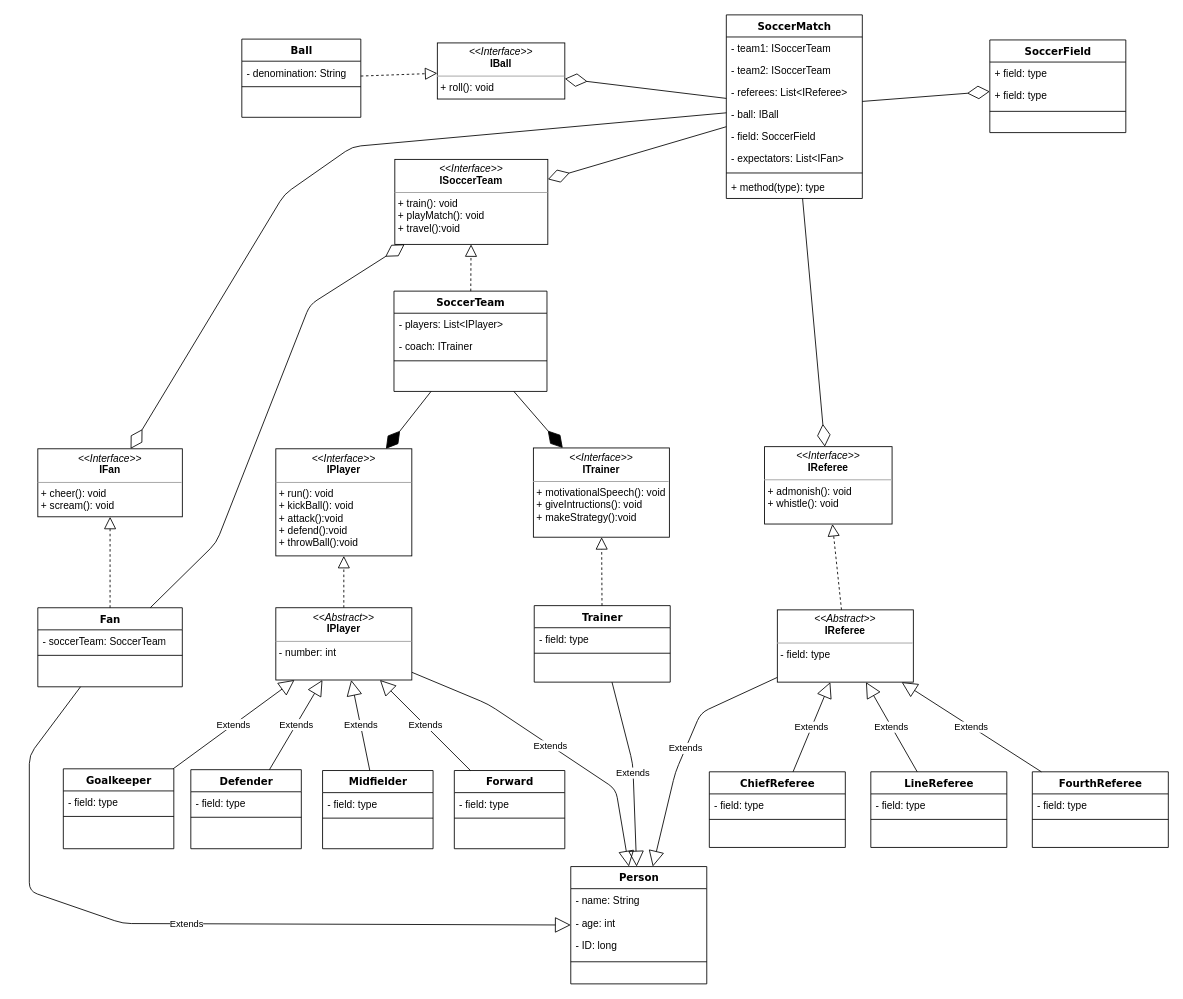
Above: src/main/java/MelisaRoman/SoccerMatch/SoccerMatch_Diagram.drawio in at-jala/at-10 (draw.io), before the change. Source tidied: cells renumbered, new cells numbered last; positions are measured from the earlier drawing's top-left corner, leaving out a move shared by most shapes. Both pictures are drawn from the tidied source at 85%, with x=0, y=0 at pixel (29, 14).
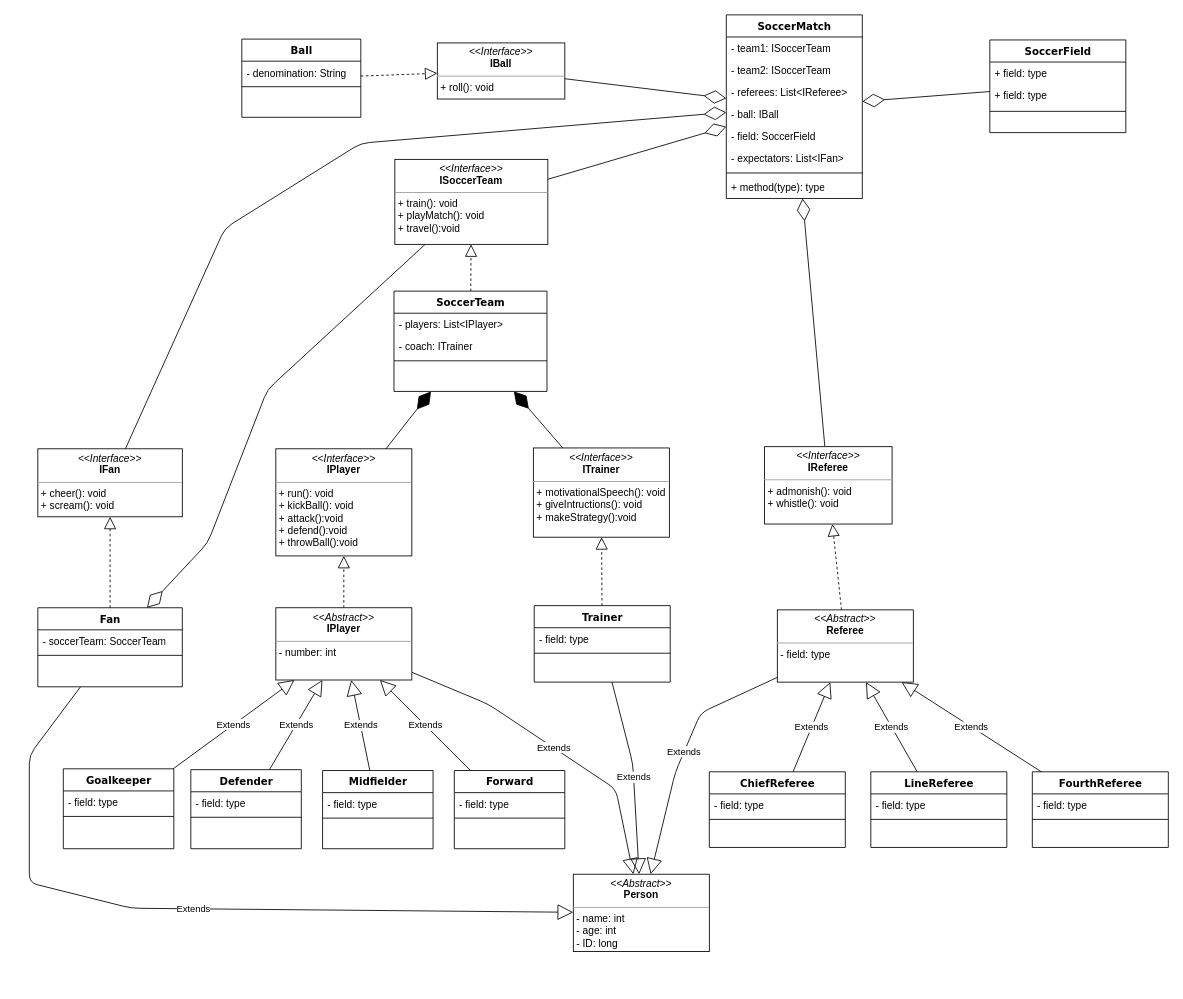
Above is the later version.

Unchanged cells that the change refers to:
```xml
<mxCell id="2" value="SoccerMatch" style="swimlane;html=1;fontStyle=1;align=center;verticalAlign=top;horizontal=1;startSize=26;swimlaneFillColor=#ffffff;rounded=0;shadow=0;comic=0;labelBackgroundColor=none;strokeColor=#000000;strokeWidth=1;fillColor=none;fontFamily=Verdana;fontSize=12;fontColor=#000000;" parent="1" vertex="1">
  <mxGeometry x="820" width="160" height="216" as="geometry" />
</mxCell>
<mxCell id="11" value="SoccerTeam" style="swimlane;html=1;fontStyle=1;align=center;verticalAlign=top;horizontal=1;startSize=26;swimlaneFillColor=#ffffff;rounded=0;shadow=0;comic=0;labelBackgroundColor=none;strokeColor=#000000;strokeWidth=1;fillColor=none;fontFamily=Verdana;fontSize=12;fontColor=#000000;" parent="1" vertex="1">
  <mxGeometry x="429" y="325" width="180" height="118" as="geometry" />
</mxCell>
<mxCell id="24" value="&lt;p style=&quot;margin: 0px ; margin-top: 4px ; text-align: center&quot;&gt;&lt;i&gt;&amp;lt;&amp;lt;Interface&amp;gt;&amp;gt;&lt;/i&gt;&lt;br&gt;&lt;b&gt;IPlayer&lt;/b&gt;&lt;/p&gt;&lt;hr size=&quot;1&quot;&gt;&lt;p style=&quot;margin: 0px ; margin-left: 4px&quot;&gt;&lt;/p&gt;&lt;p style=&quot;margin: 0px ; margin-left: 4px&quot;&gt;+ run(): void&lt;br&gt;+ kickBall(): void&lt;/p&gt;&lt;p style=&quot;margin: 0px ; margin-left: 4px&quot;&gt;+ attack():void&lt;/p&gt;&lt;p style=&quot;margin: 0px ; margin-left: 4px&quot;&gt;+ defend():void&lt;/p&gt;&lt;p style=&quot;margin: 0px ; margin-left: 4px&quot;&gt;+ throwBall():void&lt;/p&gt;&lt;p style=&quot;margin: 0px ; margin-left: 4px&quot;&gt;&lt;br&gt;&lt;/p&gt;" style="verticalAlign=top;align=left;overflow=fill;fontSize=12;fontFamily=Helvetica;html=1;rounded=0;shadow=0;comic=0;labelBackgroundColor=none;strokeColor=#000000;strokeWidth=1;fillColor=#ffffff;" parent="1" vertex="1">
  <mxGeometry x="290" y="510.5" width="160" height="126" as="geometry" />
</mxCell>
<mxCell id="39" value="Fan" style="swimlane;html=1;fontStyle=1;align=center;verticalAlign=top;horizontal=1;startSize=26;swimlaneFillColor=#ffffff;rounded=0;shadow=0;comic=0;labelBackgroundColor=none;strokeColor=#000000;strokeWidth=1;fillColor=none;fontFamily=Verdana;fontSize=12;fontColor=#000000;" parent="1" vertex="1">
  <mxGeometry x="10" y="697.5" width="170" height="93" as="geometry" />
</mxCell>
<mxCell id="44" value="Trainer" style="swimlane;html=1;fontStyle=1;align=center;verticalAlign=top;horizontal=1;startSize=26;swimlaneFillColor=#ffffff;rounded=0;shadow=0;comic=0;labelBackgroundColor=none;strokeColor=#000000;strokeWidth=1;fillColor=none;fontFamily=Verdana;fontSize=12;fontColor=#000000;" parent="1" vertex="1">
  <mxGeometry x="594" y="695" width="160" height="90" as="geometry" />
</mxCell>
<mxCell id="48" value="&lt;p style=&quot;margin: 0px ; margin-top: 4px ; text-align: center&quot;&gt;&lt;i&gt;&amp;lt;&amp;lt;Interface&amp;gt;&amp;gt;&lt;/i&gt;&lt;br&gt;&lt;b&gt;ITrainer&lt;/b&gt;&lt;/p&gt;&lt;hr size=&quot;1&quot;&gt;&lt;p style=&quot;margin: 0px ; margin-left: 4px&quot;&gt;&lt;/p&gt;&lt;p style=&quot;margin: 0px ; margin-left: 4px&quot;&gt;+ motivationalSpeech(): void&lt;br&gt;+ giveIntructions(): void&lt;/p&gt;&lt;p style=&quot;margin: 0px ; margin-left: 4px&quot;&gt;+ makeStrategy():void&lt;/p&gt;" style="verticalAlign=top;align=left;overflow=fill;fontSize=12;fontFamily=Helvetica;html=1;rounded=0;shadow=0;comic=0;labelBackgroundColor=none;strokeColor=#000000;strokeWidth=1;fillColor=#ffffff;" parent="1" vertex="1">
  <mxGeometry x="593" y="509.5" width="160" height="105" as="geometry" />
</mxCell>
<mxCell id="52" value="&lt;p style=&quot;margin: 0px ; margin-top: 4px ; text-align: center&quot;&gt;&lt;i&gt;&amp;lt;&amp;lt;Interface&amp;gt;&amp;gt;&lt;/i&gt;&lt;br&gt;&lt;b&gt;ISoccerTeam&lt;/b&gt;&lt;/p&gt;&lt;hr size=&quot;1&quot;&gt;&lt;p style=&quot;margin: 0px ; margin-left: 4px&quot;&gt;&lt;/p&gt;&lt;p style=&quot;margin: 0px ; margin-left: 4px&quot;&gt;+ train(): void&lt;br&gt;+ playMatch(): void&lt;/p&gt;&lt;p style=&quot;margin: 0px ; margin-left: 4px&quot;&gt;+ travel():void&lt;/p&gt;&lt;p style=&quot;margin: 0px ; margin-left: 4px&quot;&gt;&lt;br&gt;&lt;/p&gt;" style="verticalAlign=top;align=left;overflow=fill;fontSize=12;fontFamily=Helvetica;html=1;rounded=0;shadow=0;comic=0;labelBackgroundColor=none;strokeColor=#000000;strokeWidth=1;fillColor=#ffffff;" parent="1" vertex="1">
  <mxGeometry x="430" y="170" width="180" height="100" as="geometry" />
</mxCell>
<mxCell id="57" value="&lt;p style=&quot;margin: 0px ; margin-top: 4px ; text-align: center&quot;&gt;&lt;i&gt;&amp;lt;&amp;lt;Interface&amp;gt;&amp;gt;&lt;/i&gt;&lt;br&gt;&lt;b&gt;IBall&lt;/b&gt;&lt;/p&gt;&lt;hr size=&quot;1&quot;&gt;&lt;p style=&quot;margin: 0px ; margin-left: 4px&quot;&gt;&lt;/p&gt;&lt;p style=&quot;margin: 0px ; margin-left: 4px&quot;&gt;+ roll(): void&lt;/p&gt;&lt;p style=&quot;margin: 0px ; margin-left: 4px&quot;&gt;&lt;br&gt;&lt;/p&gt;" style="verticalAlign=top;align=left;overflow=fill;fontSize=12;fontFamily=Helvetica;html=1;rounded=0;shadow=0;comic=0;labelBackgroundColor=none;strokeColor=#000000;strokeWidth=1;fillColor=#ffffff;" parent="1" vertex="1">
  <mxGeometry x="480" y="33" width="150" height="66" as="geometry" />
</mxCell>
<mxCell id="64" value="&lt;p style=&quot;margin: 0px ; margin-top: 4px ; text-align: center&quot;&gt;&lt;i&gt;&amp;lt;&amp;lt;Interface&amp;gt;&amp;gt;&lt;/i&gt;&lt;br&gt;&lt;b&gt;IReferee&lt;/b&gt;&lt;/p&gt;&lt;hr size=&quot;1&quot;&gt;&lt;p style=&quot;margin: 0px ; margin-left: 4px&quot;&gt;&lt;/p&gt;&lt;p style=&quot;margin: 0px ; margin-left: 4px&quot;&gt;+&amp;nbsp;&lt;span&gt;admonish&lt;/span&gt;&lt;span&gt;(): void&lt;/span&gt;&lt;/p&gt;&lt;p style=&quot;margin: 0px ; margin-left: 4px&quot;&gt;&lt;span&gt;+ whistle(): void&lt;/span&gt;&lt;/p&gt;&lt;p style=&quot;margin: 0px ; margin-left: 4px&quot;&gt;&lt;br&gt;&lt;/p&gt;" style="verticalAlign=top;align=left;overflow=fill;fontSize=12;fontFamily=Helvetica;html=1;rounded=0;shadow=0;comic=0;labelBackgroundColor=none;strokeColor=#000000;strokeWidth=1;fillColor=#ffffff;" parent="1" vertex="1">
  <mxGeometry x="865" y="508" width="150" height="91" as="geometry" />
</mxCell>
<mxCell id="65" value="&lt;p style=&quot;margin: 0px ; margin-top: 4px ; text-align: center&quot;&gt;&lt;i&gt;&amp;lt;&amp;lt;Interface&amp;gt;&amp;gt;&lt;/i&gt;&lt;br&gt;&lt;b&gt;IFan&lt;/b&gt;&lt;/p&gt;&lt;hr size=&quot;1&quot;&gt;&lt;p style=&quot;margin: 0px ; margin-left: 4px&quot;&gt;&lt;/p&gt;&lt;p style=&quot;margin: 0px ; margin-left: 4px&quot;&gt;+ cheer(): void&lt;/p&gt;&lt;p style=&quot;margin: 0px ; margin-left: 4px&quot;&gt;+ scream(): void&lt;/p&gt;&lt;p style=&quot;margin: 0px ; margin-left: 4px&quot;&gt;&lt;br&gt;&lt;/p&gt;" style="verticalAlign=top;align=left;overflow=fill;fontSize=12;fontFamily=Helvetica;html=1;rounded=0;shadow=0;comic=0;labelBackgroundColor=none;strokeColor=#000000;strokeWidth=1;fillColor=#ffffff;" parent="1" vertex="1">
  <mxGeometry x="10" y="510.5" width="170" height="80" as="geometry" />
</mxCell>
<mxCell id="68" value="SoccerField" style="swimlane;html=1;fontStyle=1;align=center;verticalAlign=top;horizontal=1;startSize=26;swimlaneFillColor=#ffffff;rounded=0;shadow=0;comic=0;labelBackgroundColor=none;strokeColor=#000000;strokeWidth=1;fillColor=none;fontFamily=Verdana;fontSize=12;fontColor=#000000;" parent="1" vertex="1">
  <mxGeometry x="1130" y="29.5" width="160" height="109" as="geometry" />
</mxCell>
<mxCell id="73" value="&lt;p style=&quot;margin: 0px ; margin-top: 4px ; text-align: center&quot;&gt;&lt;i&gt;&amp;lt;&amp;lt;Abstract&amp;gt;&amp;gt;&lt;/i&gt;&lt;br&gt;&lt;b&gt;IPlayer&lt;/b&gt;&lt;/p&gt;&lt;hr size=&quot;1&quot;&gt;&lt;p style=&quot;margin: 0px ; margin-left: 4px&quot;&gt;&lt;/p&gt;&lt;p style=&quot;margin: 0px ; margin-left: 4px&quot;&gt;- number: int&lt;/p&gt;" style="verticalAlign=top;align=left;overflow=fill;fontSize=12;fontFamily=Helvetica;html=1;rounded=0;shadow=0;comic=0;labelBackgroundColor=none;strokeColor=#000000;strokeWidth=1;fillColor=#ffffff;" parent="1" vertex="1">
  <mxGeometry x="290" y="697.5" width="160" height="85" as="geometry" />
</mxCell>
```

Diff of the diagram source:
```diff
@@
-    <mxCell id="33" value="Person" style="swimlane;html=1;fontStyle=1;align=center;verticalAlign=top;horizontal=1;startSize=26;swimlaneFillColor=#ffffff;rounded=0;shadow=0;comic=0;labelBackgroundColor=none;strokeColor=#000000;strokeWidth=1;fillColor=none;fontFamily=Verdana;fontSize=12;fontColor=#000000;" parent="1" vertex="1">
-      <mxGeometry x="637" y="1002" width="160" height="138" as="geometry" />
-    </mxCell>
-    <mxCell id="34" value="- name: String" style="text;html=1;strokeColor=none;fillColor=none;align=left;verticalAlign=top;spacingLeft=4;spacingRight=4;whiteSpace=wrap;overflow=hidden;" parent="33" vertex="1">
-      <mxGeometry y="26" width="160" height="28" as="geometry" />
-    </mxCell>
-    <mxCell id="35" value="- age: int" style="text;html=1;strokeColor=none;fillColor=none;align=left;verticalAlign=top;spacingLeft=4;spacingRight=4;whiteSpace=wrap;overflow=hidden;" parent="33" vertex="1">
-      <mxGeometry y="54" width="160" height="26" as="geometry" />
-    </mxCell>
-    <mxCell id="36" value="- ID: long" style="text;html=1;strokeColor=none;fillColor=none;align=left;verticalAlign=top;spacingLeft=4;spacingRight=4;whiteSpace=wrap;overflow=hidden;" parent="33" vertex="1">
-      <mxGeometry y="80" width="160" height="28" as="geometry" />
-    </mxCell>
-    <mxCell id="37" style="line;html=1;strokeWidth=1;fillColor=none;align=left;verticalAlign=middle;spacingTop=-1;spacingLeft=3;spacingRight=3;labelPosition=right;" parent="33" vertex="1">
-      <mxGeometry y="108" width="160" height="8" as="geometry" />
-    </mxCell>
-    <mxCell id="38" value="Extends" style="endArrow=block;endSize=16;endFill=0;html=1;" parent="1" edge="1" source="73" target="33">
+    <mxCell id="38" value="Extends" style="endArrow=block;endSize=16;endFill=0;html=1;" parent="1" edge="1" source="73" target="87">
       <mxGeometry relative="1" as="geometry">
         <Array as="points">
           <mxPoint x="540" y="811" />
           <mxPoint x="690" y="911" />
         </Array>
       </mxGeometry>
     </mxCell>
@@
-    <mxCell id="42" value="Extends" style="endArrow=block;endSize=16;endFill=0;html=1;" parent="1" edge="1" source="86" target="33">
+    <mxCell id="42" value="Extends" style="endArrow=block;endSize=16;endFill=0;html=1;" parent="1" edge="1" source="86" target="87">
       <mxGeometry relative="1" as="geometry">
         <Array as="points">
           <mxPoint x="790" y="821" />
           <mxPoint x="760" y="891" />
         </Array>
       </mxGeometry>
     </mxCell>
-    <mxCell id="43" value="Extends" style="endArrow=block;endSize=16;endFill=0;html=1;" parent="1" edge="1" source="39" target="33">
+    <mxCell id="43" value="Extends" style="endArrow=block;endSize=16;endFill=0;html=1;" parent="1" edge="1" source="39" target="87">
       <mxGeometry relative="1" as="geometry">
         <Array as="points">
           <mxPoint y="871" />
-          <mxPoint y="1031" />
-          <mxPoint x="110" y="1069" />
+          <mxPoint y="1021" />
+          <mxPoint x="120" y="1051" />
         </Array>
       </mxGeometry>
     </mxCell>
@@
-    <mxCell id="47" value="Extends" style="endArrow=block;endSize=16;endFill=0;html=1;" parent="1" edge="1" source="44" target="33">
+    <mxCell id="47" value="Extends" style="endArrow=block;endSize=16;endFill=0;html=1;" parent="1" edge="1" source="44" target="87">
       <mxGeometry relative="1" as="geometry">
         <Array as="points">
           <mxPoint x="710" y="881" />
         </Array>
       </mxGeometry>
     </mxCell>
@@
-    <mxCell id="50" style="endArrow=diamondThin;endFill=1;endSize=24;html=1;" parent="1" edge="1" source="11" target="24">
+    <mxCell id="50" style="endArrow=diamondThin;endFill=1;endSize=24;html=1;" parent="1" edge="1" source="24" target="11">
       <mxGeometry relative="1" as="geometry" />
     </mxCell>
-    <mxCell id="51" style="endArrow=diamondThin;endFill=1;endSize=24;html=1;" parent="1" edge="1" source="11" target="48">
+    <mxCell id="51" style="endArrow=diamondThin;endFill=1;endSize=24;html=1;" parent="1" edge="1" source="48" target="11">
       <mxGeometry relative="1" as="geometry" />
     </mxCell>
@@
-    <mxCell id="59" style="endArrow=diamondThin;endFill=0;endSize=24;html=1;" parent="1" edge="1" source="2" target="52">
+    <mxCell id="59" style="endArrow=diamondThin;endFill=0;endSize=24;html=1;" parent="1" edge="1" source="52" target="2">
       <mxGeometry relative="1" as="geometry" />
     </mxCell>
-    <mxCell id="60" style="endArrow=diamondThin;endFill=0;endSize=24;html=1;" parent="1" edge="1" source="2" target="64">
+    <mxCell id="60" style="endArrow=diamondThin;endFill=0;endSize=24;html=1;" parent="1" edge="1" source="64" target="2">
       <mxGeometry relative="1" as="geometry" />
     </mxCell>
-    <mxCell id="61" style="endArrow=diamondThin;endFill=0;endSize=24;html=1;" parent="1" edge="1" source="39" target="52">
+    <mxCell id="61" style="endArrow=diamondThin;endFill=0;endSize=24;html=1;" parent="1" edge="1" source="52" target="39">
       <mxGeometry relative="1" as="geometry">
         <Array as="points">
-          <mxPoint x="220" y="621" />
-          <mxPoint x="330" y="341" />
+          <mxPoint x="280" y="441" />
+          <mxPoint x="210" y="621" />
         </Array>
       </mxGeometry>
     </mxCell>
-    <mxCell id="62" style="endArrow=diamondThin;endFill=0;endSize=24;html=1;" parent="1" edge="1" source="2" target="57">
+    <mxCell id="62" style="endArrow=diamondThin;endFill=0;endSize=24;html=1;" parent="1" edge="1" source="57" target="2">
       <mxGeometry relative="1" as="geometry" />
     </mxCell>
-    <mxCell id="63" style="endArrow=diamondThin;endFill=0;endSize=24;html=1;" parent="1" edge="1" source="2" target="65">
+    <mxCell id="63" style="endArrow=diamondThin;endFill=0;endSize=24;html=1;" parent="1" edge="1" source="65" target="2">
       <mxGeometry relative="1" as="geometry">
         <Array as="points">
-          <mxPoint x="380" y="155" />
-          <mxPoint x="300" y="211" />
+          <mxPoint x="230" y="251" />
+          <mxPoint x="390" y="151" />
         </Array>
       </mxGeometry>
     </mxCell>
@@
-    <mxCell id="72" style="endArrow=diamondThin;endFill=0;endSize=24;html=1;" parent="1" edge="1" source="2" target="68">
+    <mxCell id="72" style="endArrow=diamondThin;endFill=0;endSize=24;html=1;" parent="1" edge="1" source="68" target="2">
       <mxGeometry relative="1" as="geometry" />
     </mxCell>
@@
-    <mxCell id="86" value="&lt;p style=&quot;margin: 0px ; margin-top: 4px ; text-align: center&quot;&gt;&lt;i&gt;&amp;lt;&amp;lt;Abstract&amp;gt;&amp;gt;&lt;/i&gt;&lt;br&gt;&lt;b&gt;IReferee&lt;/b&gt;&lt;/p&gt;&lt;hr size=&quot;1&quot;&gt;&lt;p style=&quot;margin: 0px ; margin-left: 4px&quot;&gt;&lt;/p&gt;&lt;p style=&quot;margin: 0px ; margin-left: 4px&quot;&gt;- field: type&lt;/p&gt;" style="verticalAlign=top;align=left;overflow=fill;fontSize=12;fontFamily=Helvetica;html=1;rounded=0;shadow=0;comic=0;labelBackgroundColor=none;strokeColor=#000000;strokeWidth=1;fillColor=#ffffff;" parent="1" vertex="1">
+    <mxCell id="86" value="&lt;p style=&quot;margin: 0px ; margin-top: 4px ; text-align: center&quot;&gt;&lt;i&gt;&amp;lt;&amp;lt;Abstract&amp;gt;&amp;gt;&lt;/i&gt;&lt;br&gt;&lt;b&gt;Referee&lt;/b&gt;&lt;/p&gt;&lt;hr size=&quot;1&quot;&gt;&lt;p style=&quot;margin: 0px ; margin-left: 4px&quot;&gt;&lt;/p&gt;&lt;p style=&quot;margin: 0px ; margin-left: 4px&quot;&gt;- field: type&lt;/p&gt;" style="verticalAlign=top;align=left;overflow=fill;fontSize=12;fontFamily=Helvetica;html=1;rounded=0;shadow=0;comic=0;labelBackgroundColor=none;strokeColor=#000000;strokeWidth=1;fillColor=#ffffff;" parent="1" vertex="1">
       <mxGeometry x="880" y="700" width="160" height="85" as="geometry" />
     </mxCell>
+    <mxCell id="87" value="&lt;p style=&quot;margin: 0px ; margin-top: 4px ; text-align: center&quot;&gt;&lt;i&gt;&amp;lt;&amp;lt;Abstract&amp;gt;&amp;gt;&lt;/i&gt;&lt;br&gt;&lt;b&gt;Person&lt;/b&gt;&lt;/p&gt;&lt;hr size=&quot;1&quot;&gt;&lt;p style=&quot;margin: 0px ; margin-left: 4px&quot;&gt;&lt;/p&gt;&lt;p style=&quot;margin: 0px ; margin-left: 4px&quot;&gt;- name: int&lt;/p&gt;&lt;p style=&quot;margin: 0px ; margin-left: 4px&quot;&gt;- age: int&lt;/p&gt;&lt;p style=&quot;margin: 0px ; margin-left: 4px&quot;&gt;- ID: long&lt;/p&gt;" style="verticalAlign=top;align=left;overflow=fill;fontSize=12;fontFamily=Helvetica;html=1;rounded=0;shadow=0;comic=0;labelBackgroundColor=none;strokeColor=#000000;strokeWidth=1;fillColor=#ffffff;" parent="1" vertex="1">
+      <mxGeometry x="640" y="1011" width="160" height="91" as="geometry" />
+    </mxCell>
```
